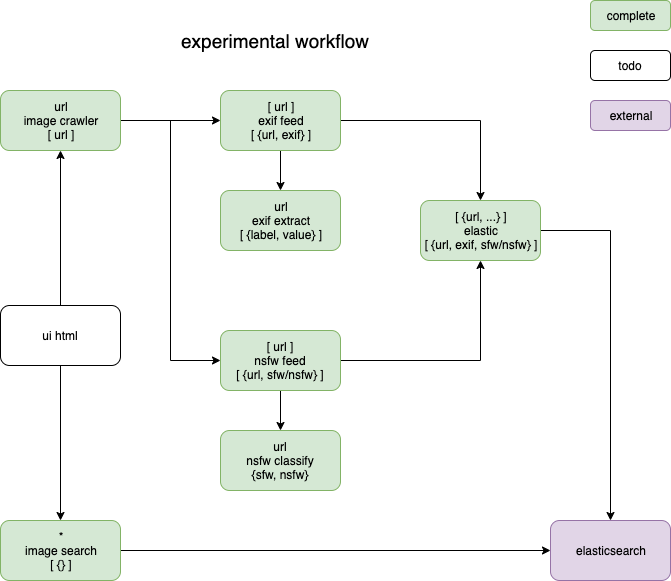
servernull/gezellig keeps this draw.io diagram as gezellig.png. Above is the earlier version. Source tidied: cells renumbered, new cells last; positions are measured from the earlier drawing's top-left corner, leaving out a move shared by most shapes.
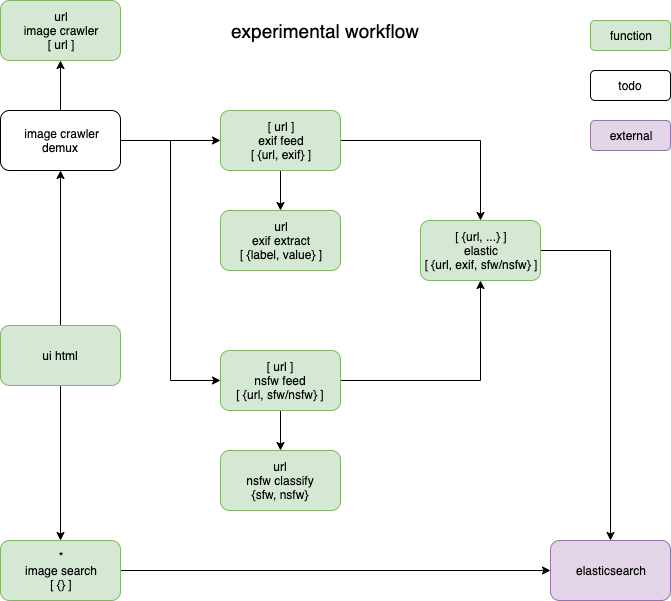
After the change.

Diff of the diagram source:
```diff
@@ -14,14 +14,8 @@
     <mxCell id="5" value="[ url ]&lt;br&gt;nsfw feed&lt;br&gt;[ {url, sfw/nsfw} ]" style="rounded=1;whiteSpace=wrap;html=1;fillColor=#d5e8d4;strokeColor=#82b366;" parent="1" vertex="1">
       <mxGeometry x="220" y="330" width="120" height="60" as="geometry" />
     </mxCell>
-    <mxCell id="6" style="edgeStyle=orthogonalEdgeStyle;rounded=0;jettySize=auto;html=1;" parent="1" edge="1" source="8" target="11">
-      <mxGeometry relative="1" as="geometry" />
-    </mxCell>
-    <mxCell id="7" style="edgeStyle=orthogonalEdgeStyle;rounded=0;jettySize=auto;html=1;entryX=0;entryY=0.5;entryDx=0;entryDy=0;" parent="1" edge="1" source="8" target="5">
-      <mxGeometry relative="1" as="geometry" />
-    </mxCell>
     <mxCell id="8" value="url&lt;br&gt;image crawler&lt;br&gt;[ url ]" style="rounded=1;whiteSpace=wrap;html=1;fillColor=#d5e8d4;strokeColor=#82b366;" parent="1" vertex="1">
-      <mxGeometry y="90" width="120" height="60" as="geometry" />
+      <mxGeometry y="-20" width="120" height="60" as="geometry" />
     </mxCell>
     <mxCell id="9" style="edgeStyle=orthogonalEdgeStyle;rounded=0;jettySize=auto;html=1;entryX=0.5;entryY=0;entryDx=0;entryDy=0;" parent="1" edge="1" source="11" target="2">
       <mxGeometry relative="1" as="geometry" />
@@ -42,7 +36,7 @@
       <mxGeometry x="420" y="200" width="120" height="60" as="geometry" />
     </mxCell>
     <mxCell id="15" value="&lt;font style=&quot;font-size: 19px&quot;&gt;experimental workflow&lt;/font&gt;" style="text;html=1;strokeColor=none;fillColor=none;align=center;verticalAlign=middle;whiteSpace=wrap;rounded=0;" parent="1" vertex="1">
-      <mxGeometry x="50" y="20" width="450" height="40" as="geometry" />
+      <mxGeometry x="100" y="-10" width="450" height="40" as="geometry" />
     </mxCell>
     <mxCell id="16" value="elasticsearch" style="rounded=1;whiteSpace=wrap;html=1;fillColor=#e1d5e7;strokeColor=#9673a6;" parent="1" vertex="1">
       <mxGeometry x="550" y="520" width="120" height="60" as="geometry" />
@@ -56,13 +50,13 @@
     <mxCell id="19" style="edgeStyle=orthogonalEdgeStyle;rounded=0;jettySize=auto;html=1;entryX=0.5;entryY=0;entryDx=0;entryDy=0;" parent="1" edge="1" source="21" target="18">
       <mxGeometry relative="1" as="geometry" />
     </mxCell>
-    <mxCell id="20" style="edgeStyle=orthogonalEdgeStyle;rounded=0;jettySize=auto;html=1;entryX=0.5;entryY=1;entryDx=0;entryDy=0;" parent="1" edge="1" source="21" target="8">
-      <mxGeometry relative="1" as="geometry" />
-    </mxCell>
+    <mxCell id="25" style="edgeStyle=orthogonalEdgeStyle;rounded=0;jettySize=auto;html=1;entryX=0.5;entryY=1;entryDx=0;entryDy=0;" parent="1" edge="1" source="21" target="29">
+      <mxGeometry relative="1" as="geometry" />
+    </mxCell>
-    <mxCell id="21" value="ui html" style="rounded=1;whiteSpace=wrap;html=1;" parent="1" vertex="1">
+    <mxCell id="21" value="ui html" style="rounded=1;whiteSpace=wrap;html=1;fillColor=#d5e8d4;strokeColor=#82b366;" parent="1" vertex="1">
       <mxGeometry y="305" width="120" height="60" as="geometry" />
     </mxCell>
-    <mxCell id="22" value="complete" style="rounded=1;whiteSpace=wrap;html=1;fillColor=#d5e8d4;strokeColor=#82b366;" parent="1" vertex="1">
+    <mxCell id="22" value="function" style="rounded=1;whiteSpace=wrap;html=1;fillColor=#d5e8d4;strokeColor=#82b366;" parent="1" vertex="1">
       <mxGeometry x="590" width="80" height="30" as="geometry" />
     </mxCell>
     <mxCell id="23" value="todo" style="rounded=1;whiteSpace=wrap;html=1;" parent="1" vertex="1">
@@ -71,5 +65,17 @@
     <mxCell id="24" value="external" style="rounded=1;whiteSpace=wrap;html=1;fillColor=#e1d5e7;strokeColor=#9673a6;" parent="1" vertex="1">
       <mxGeometry x="590" y="100" width="80" height="30" as="geometry" />
     </mxCell>
+    <mxCell id="26" style="edgeStyle=orthogonalEdgeStyle;rounded=0;jettySize=auto;html=1;entryX=0.5;entryY=1;entryDx=0;entryDy=0;" parent="1" edge="1" source="29" target="8">
+      <mxGeometry relative="1" as="geometry" />
+    </mxCell>
+    <mxCell id="27" style="edgeStyle=orthogonalEdgeStyle;rounded=0;jettySize=auto;html=1;" parent="1" edge="1" source="29" target="11">
+      <mxGeometry relative="1" as="geometry" />
+    </mxCell>
+    <mxCell id="28" style="edgeStyle=orthogonalEdgeStyle;rounded=0;jettySize=auto;html=1;entryX=0;entryY=0.5;entryDx=0;entryDy=0;" parent="1" edge="1" source="29" target="5">
+      <mxGeometry relative="1" as="geometry" />
+    </mxCell>
+    <mxCell id="29" value="&amp;nbsp;image crawler demux" style="rounded=1;whiteSpace=wrap;html=1;" parent="1" vertex="1">
+      <mxGeometry y="90" width="120" height="60" as="geometry" />
+    </mxCell>
   </root>
 </mxGraphModel>
```
